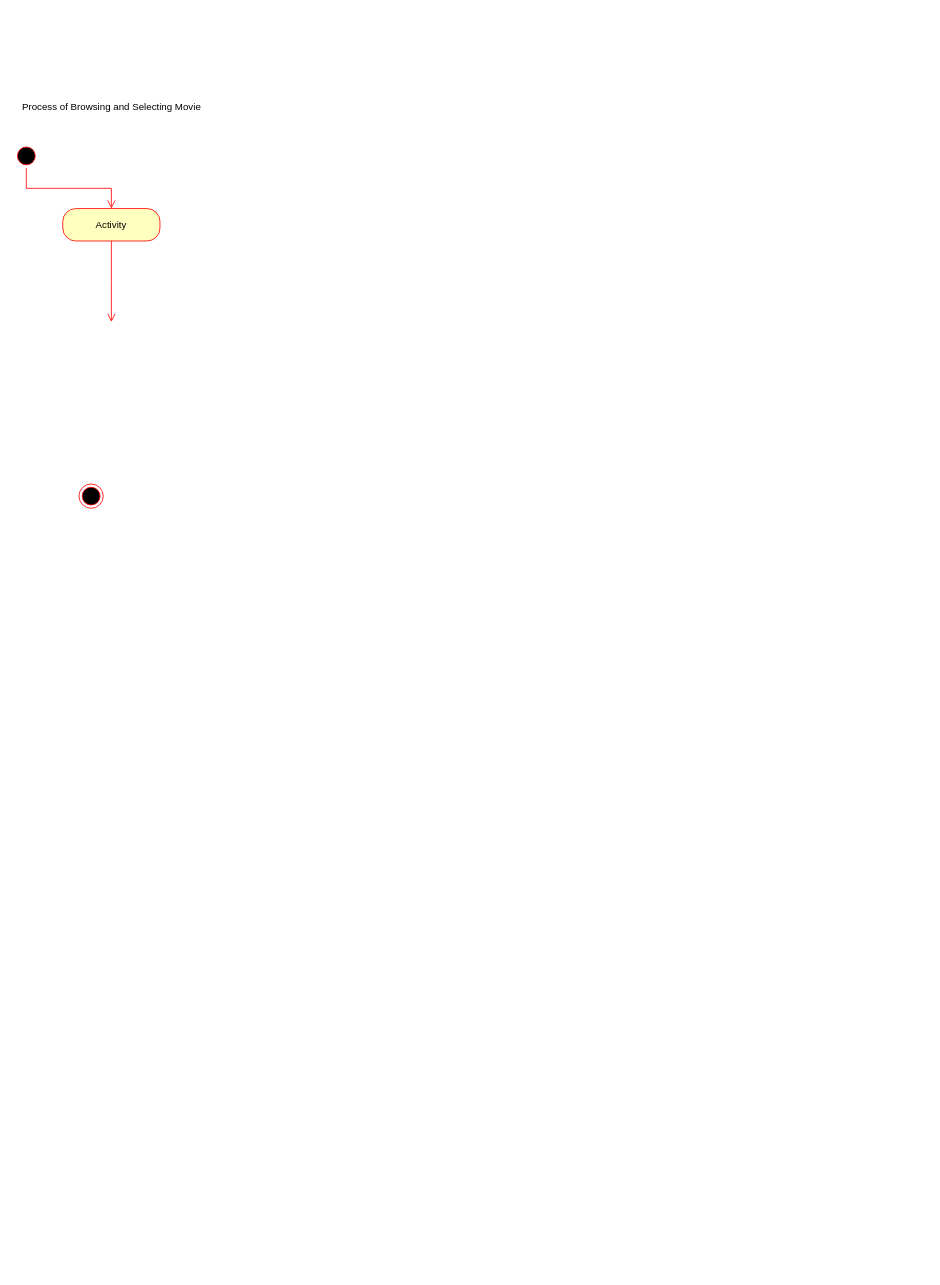
Above: page "System Activity Diagrams" (5 of 5) of ENSF 480 Final Project Diagrams.drawio in SenorYuen/ProjectGrp9 (draw.io), before the change. Source tidied: cells renumbered, new cells numbered last; positions are measured from the earlier drawing's top-left corner, leaving out a move shared by most shapes. Both pictures are drawn from the tidied source at 81%, with x=0, y=0 at pixel (14, 95).
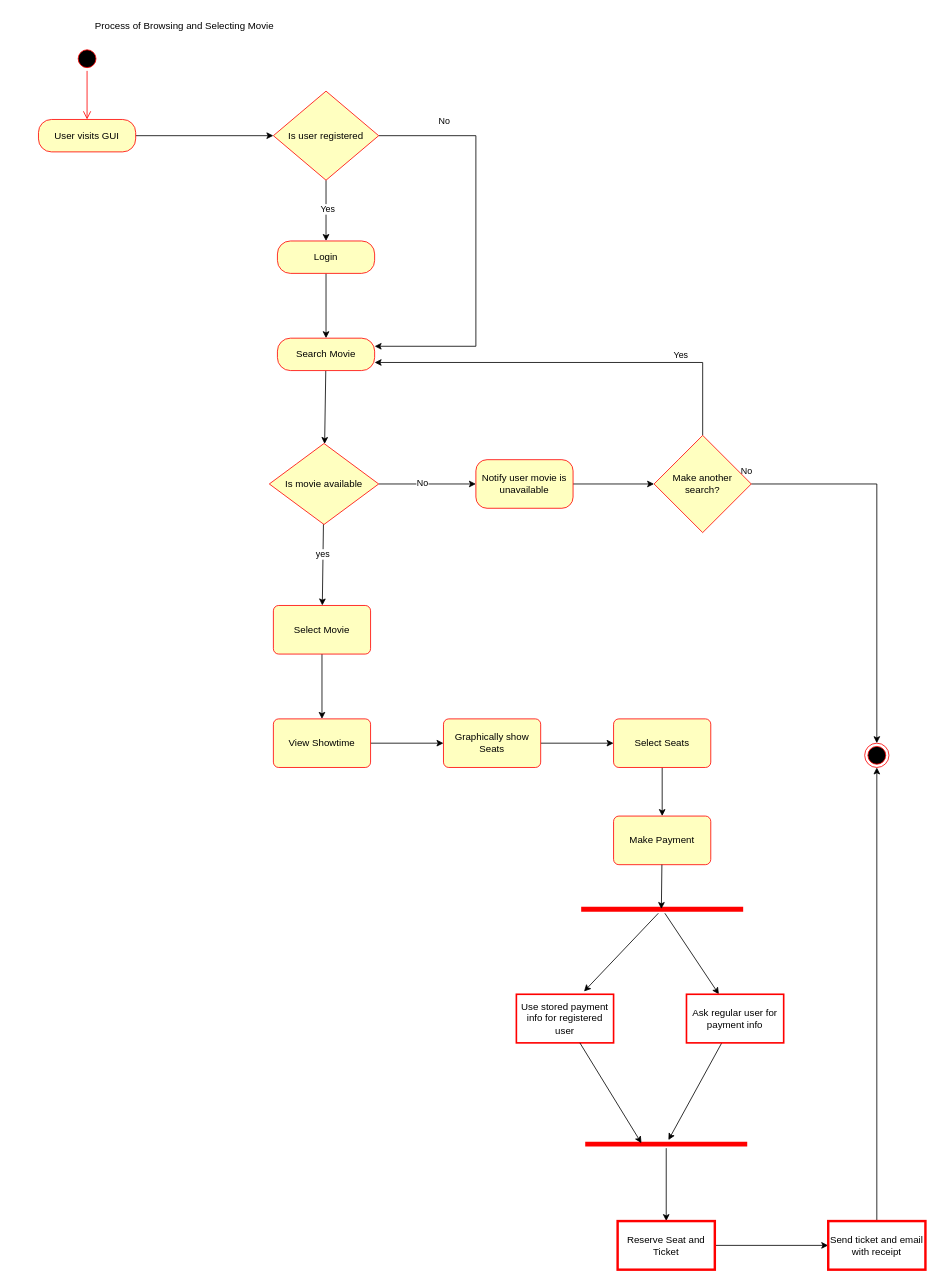
Above is the later version.

Change to the diagram source:
```diff
@@
     <mxCell id="2" value="Process of Browsing and Selecting Movie" style="text;html=1;align=center;verticalAlign=middle;strokeColor=none;fillColor=none;" parent="1" vertex="1">
-      <mxGeometry width="240" height="30" as="geometry" />
+      <mxGeometry x="90" y="-100" width="240" height="30" as="geometry" />
     </mxCell>
@@
+    <mxCell id="8" style="edgeStyle=none;rounded=0;jettySize=auto;html=1;" parent="1" edge="1" source="4" target="22">
+      <mxGeometry relative="1" as="geometry" />
+    </mxCell>
-    <mxCell id="4" value="Activity" style="rounded=1;whiteSpace=wrap;html=1;arcSize=40;fontColor=#000000;fillColor=#ffffc0;strokeColor=#ff0000;" parent="1" vertex="1">
-      <mxGeometry x="60" y="140" width="120" height="40" as="geometry" />
+    <mxCell id="4" value="User visits GUI" style="rounded=1;whiteSpace=wrap;html=1;arcSize=40;fontColor=#000000;fillColor=#ffffc0;strokeColor=#ff0000;" parent="1" vertex="1">
+      <mxGeometry x="30" y="30" width="120" height="40" as="geometry" />
     </mxCell>
-    <mxCell id="5" style="edgeStyle=orthogonalEdgeStyle;html=1;verticalAlign=bottom;endArrow=open;endSize=8;strokeColor=#ff0000;rounded=0;" parent="1" edge="1" source="4">
-      <mxGeometry relative="1" as="geometry">
-        <mxPoint x="120" y="280" as="targetPoint" />
-      </mxGeometry>
-    </mxCell>
     <mxCell id="6" style="ellipse;html=1;shape=endState;fillColor=#000000;strokeColor=#ff0000;" parent="1" vertex="1">
-      <mxGeometry x="80" y="480" width="30" height="30" as="geometry" />
+      <mxGeometry x="1050" y="800" width="30" height="30" as="geometry" />
     </mxCell>
     <mxCell id="7" style="ellipse;html=1;shape=startState;fillColor=#000000;strokeColor=#ff0000;" parent="1" vertex="1">
-      <mxGeometry y="60" width="30" height="30" as="geometry" />
+      <mxGeometry x="75" y="-60" width="30" height="30" as="geometry" />
     </mxCell>
+    <mxCell id="9" style="edgeStyle=none;rounded=0;jettySize=auto;html=1;entryX=0.5;entryY=0;entryDx=0;entryDy=0;exitX=0.5;exitY=1;exitDx=0;exitDy=0;" parent="1" edge="1" source="22" target="14">
+      <mxGeometry relative="1" as="geometry" />
+    </mxCell>
+    <mxCell id="10" value="Yes" style="edgeLabel;html=1;align=center;verticalAlign=middle;" parent="9" vertex="1">
+      <mxGeometry x="-0.08" y="1" relative="1" as="geometry" />
+    </mxCell>
+    <mxCell id="11" style="edgeStyle=none;rounded=0;jettySize=auto;html=1;exitX=1;exitY=0.5;exitDx=0;exitDy=0;entryX=1;entryY=0.25;entryDx=0;entryDy=0;" parent="1" edge="1" source="22" target="16">
+      <mxGeometry relative="1" as="geometry">
+        <Array as="points">
+          <mxPoint x="570" y="50" />
+          <mxPoint x="570" y="310" />
+        </Array>
+      </mxGeometry>
+    </mxCell>
+    <mxCell id="12" value="No" style="edgeLabel;html=1;align=center;verticalAlign=middle;" parent="11" vertex="1">
+      <mxGeometry x="-0.31" y="1" relative="1" as="geometry">
+        <mxPoint x="-41" y="-73" as="offset" />
+      </mxGeometry>
+    </mxCell>
+    <mxCell id="13" style="edgeStyle=none;rounded=0;jettySize=auto;html=1;" parent="1" edge="1" source="14" target="16">
+      <mxGeometry relative="1" as="geometry" />
+    </mxCell>
+    <mxCell id="14" value="Login" style="rounded=1;whiteSpace=wrap;html=1;arcSize=40;fontColor=#000000;fillColor=#ffffc0;strokeColor=#ff0000;" parent="1" vertex="1">
+      <mxGeometry x="325" y="180" width="120" height="40" as="geometry" />
+    </mxCell>
+    <mxCell id="15" style="edgeStyle=none;rounded=0;jettySize=auto;html=1;" parent="1" edge="1" source="16" target="21">
+      <mxGeometry relative="1" as="geometry" />
+    </mxCell>
+    <mxCell id="16" value="Search Movie" style="rounded=1;whiteSpace=wrap;html=1;arcSize=40;fontColor=#000000;fillColor=#ffffc0;strokeColor=#ff0000;" parent="1" vertex="1">
+      <mxGeometry x="325" y="300" width="120" height="40" as="geometry" />
+    </mxCell>
+    <mxCell id="17" style="edgeStyle=none;rounded=0;jettySize=auto;html=1;" parent="1" edge="1" source="21" target="24">
+      <mxGeometry relative="1" as="geometry" />
+    </mxCell>
+    <mxCell id="18" value="yes" style="edgeLabel;html=1;align=center;verticalAlign=middle;" parent="17" vertex="1">
+      <mxGeometry x="-0.27" y="-1" relative="1" as="geometry" />
+    </mxCell>
+    <mxCell id="19" style="edgeStyle=none;rounded=0;jettySize=auto;html=1;" parent="1" edge="1" source="21" target="26">
+      <mxGeometry relative="1" as="geometry" />
+    </mxCell>
+    <mxCell id="20" value="No" style="edgeLabel;html=1;align=center;verticalAlign=middle;" parent="19" vertex="1">
+      <mxGeometry x="-0.12" y="2" relative="1" as="geometry" />
+    </mxCell>
+    <mxCell id="21" value="Is movie available" style="rhombus;whiteSpace=wrap;html=1;fillColor=#ffffc0;strokeColor=#ff0000;fontColor=#000000;rounded=1;arcSize=0;" parent="1" vertex="1">
+      <mxGeometry x="315" y="430" width="135" height="100" as="geometry" />
+    </mxCell>
+    <mxCell id="22" value="Is user registered" style="rhombus;whiteSpace=wrap;html=1;fillColor=#ffffc0;strokeColor=#ff0000;fontColor=#000000;rounded=1;arcSize=0;" parent="1" vertex="1">
+      <mxGeometry x="320" y="-5" width="130" height="110" as="geometry" />
+    </mxCell>
+    <mxCell id="23" style="edgeStyle=none;rounded=0;jettySize=auto;html=1;" parent="1" edge="1" source="24" target="33">
+      <mxGeometry relative="1" as="geometry" />
+    </mxCell>
+    <mxCell id="24" value="Select Movie" style="whiteSpace=wrap;html=1;fillColor=#ffffc0;strokeColor=#ff0000;fontColor=#000000;rounded=1;arcSize=11;" parent="1" vertex="1">
+      <mxGeometry x="320" y="630" width="120" height="60" as="geometry" />
+    </mxCell>
+    <mxCell id="25" style="edgeStyle=none;rounded=0;jettySize=auto;html=1;" parent="1" edge="1" source="26" target="31">
+      <mxGeometry relative="1" as="geometry" />
+    </mxCell>
+    <mxCell id="26" value="Notify user movie is unavailable" style="whiteSpace=wrap;html=1;fillColor=#ffffc0;strokeColor=#ff0000;fontColor=#000000;rounded=1;arcSize=23;" parent="1" vertex="1">
+      <mxGeometry x="570" y="450" width="120" height="60" as="geometry" />
+    </mxCell>
+    <mxCell id="27" style="edgeStyle=none;rounded=0;jettySize=auto;html=1;entryX=1;entryY=0.75;entryDx=0;entryDy=0;" parent="1" edge="1" source="31" target="16">
+      <mxGeometry relative="1" as="geometry">
+        <Array as="points">
+          <mxPoint x="850" y="330" />
+        </Array>
+      </mxGeometry>
+    </mxCell>
+    <mxCell id="28" value="Yes" style="edgeLabel;html=1;align=center;verticalAlign=middle;" parent="27" vertex="1">
+      <mxGeometry x="0.11" y="-3" relative="1" as="geometry">
+        <mxPoint x="157" y="-7" as="offset" />
+      </mxGeometry>
+    </mxCell>
+    <mxCell id="29" style="edgeStyle=none;rounded=0;jettySize=auto;html=1;entryX=0.5;entryY=0;entryDx=0;entryDy=0;" parent="1" edge="1" source="31" target="6">
+      <mxGeometry relative="1" as="geometry">
+        <Array as="points">
+          <mxPoint x="1065" y="480" />
+        </Array>
+      </mxGeometry>
+    </mxCell>
+    <mxCell id="30" value="No" style="edgeLabel;html=1;align=center;verticalAlign=middle;" parent="29" vertex="1">
+      <mxGeometry x="-0.75" y="2" relative="1" as="geometry">
+        <mxPoint x="-66" y="-15" as="offset" />
+      </mxGeometry>
+    </mxCell>
+    <mxCell id="31" value="Make another search?" style="rhombus;whiteSpace=wrap;html=1;fillColor=#ffffc0;strokeColor=#ff0000;fontColor=#000000;rounded=1;arcSize=0;" parent="1" vertex="1">
+      <mxGeometry x="790" y="420" width="120" height="120" as="geometry" />
+    </mxCell>
+    <mxCell id="32" style="edgeStyle=none;rounded=0;jettySize=auto;html=1;entryX=0;entryY=0.5;entryDx=0;entryDy=0;" parent="1" edge="1" source="33" target="35">
+      <mxGeometry relative="1" as="geometry" />
+    </mxCell>
+    <mxCell id="33" value="View Showtime" style="whiteSpace=wrap;html=1;fillColor=#ffffc0;strokeColor=#ff0000;fontColor=#000000;rounded=1;arcSize=11;" parent="1" vertex="1">
+      <mxGeometry x="320" y="770" width="120" height="60" as="geometry" />
+    </mxCell>
+    <mxCell id="34" style="edgeStyle=none;rounded=0;jettySize=auto;html=1;exitX=1;exitY=0.5;exitDx=0;exitDy=0;" parent="1" edge="1" source="35" target="37">
+      <mxGeometry relative="1" as="geometry" />
+    </mxCell>
+    <mxCell id="35" value="Graphically show Seats" style="whiteSpace=wrap;html=1;fillColor=#ffffc0;strokeColor=#ff0000;fontColor=#000000;rounded=1;arcSize=11;" parent="1" vertex="1">
+      <mxGeometry x="530" y="770" width="120" height="60" as="geometry" />
+    </mxCell>
+    <mxCell id="36" style="edgeStyle=none;rounded=0;jettySize=auto;html=1;" parent="1" edge="1" source="37" target="38">
+      <mxGeometry relative="1" as="geometry" />
+    </mxCell>
+    <mxCell id="37" value="Select Seats" style="whiteSpace=wrap;html=1;fillColor=#ffffc0;strokeColor=#ff0000;fontColor=#000000;rounded=1;arcSize=11;" parent="1" vertex="1">
+      <mxGeometry x="740" y="770" width="120" height="60" as="geometry" />
+    </mxCell>
+    <mxCell id="38" value="Make Payment" style="whiteSpace=wrap;html=1;fillColor=#ffffc0;strokeColor=#ff0000;fontColor=#000000;rounded=1;arcSize=11;" parent="1" vertex="1">
+      <mxGeometry x="740" y="890" width="120" height="60" as="geometry" />
+    </mxCell>
+    <mxCell id="39" style="edgeStyle=none;rounded=0;jettySize=auto;html=1;" parent="1" edge="1" source="41" target="44">
+      <mxGeometry relative="1" as="geometry" />
+    </mxCell>
+    <mxCell id="40" style="edgeStyle=none;rounded=0;jettySize=auto;html=1;entryX=0.696;entryY=-0.058;entryDx=0;entryDy=0;entryPerimeter=0;" parent="1" edge="1" source="41" target="45">
+      <mxGeometry relative="1" as="geometry" />
+    </mxCell>
+    <mxCell id="41" style="shape=line;html=1;strokeWidth=6;strokeColor=#ff0000;" parent="1" vertex="1">
+      <mxGeometry x="700" y="1000" width="200" height="10" as="geometry" />
+    </mxCell>
+    <mxCell id="42" style="edgeStyle=none;rounded=0;jettySize=auto;html=1;entryX=0.495;entryY=0.473;entryDx=0;entryDy=0;entryPerimeter=0;" parent="1" edge="1" source="38" target="41">
+      <mxGeometry relative="1" as="geometry" />
+    </mxCell>
+    <mxCell id="43" style="edgeStyle=none;rounded=0;jettySize=auto;html=1;" parent="1" edge="1" source="44" target="47">
+      <mxGeometry relative="1" as="geometry" />
+    </mxCell>
+    <mxCell id="44" value="Ask regular user for payment info" style="whiteSpace=wrap;html=1;strokeColor=#ff0000;strokeWidth=2;" parent="1" vertex="1">
+      <mxGeometry x="830" y="1110" width="120" height="60" as="geometry" />
+    </mxCell>
+    <mxCell id="45" value="Use stored payment info for registered user" style="whiteSpace=wrap;html=1;strokeColor=#ff0000;strokeWidth=2;" parent="1" vertex="1">
+      <mxGeometry x="620" y="1110" width="120" height="60" as="geometry" />
+    </mxCell>
+    <mxCell id="46" style="edgeStyle=orthogonalEdgeStyle;rounded=0;jettySize=auto;html=1;" parent="1" edge="1" source="47" target="50">
+      <mxGeometry relative="1" as="geometry">
+        <Array as="points">
+          <mxPoint x="805" y="1410" />
+        </Array>
+      </mxGeometry>
+    </mxCell>
+    <mxCell id="47" style="shape=line;html=1;strokeWidth=6;strokeColor=#ff0000;" parent="1" vertex="1">
+      <mxGeometry x="705" y="1290" width="200" height="10" as="geometry" />
+    </mxCell>
+    <mxCell id="48" style="edgeStyle=none;rounded=0;jettySize=auto;html=1;entryX=0.347;entryY=0.382;entryDx=0;entryDy=0;entryPerimeter=0;" parent="1" edge="1" source="45" target="47">
+      <mxGeometry relative="1" as="geometry" />
+    </mxCell>
+    <mxCell id="49" style="edgeStyle=none;rounded=0;jettySize=auto;html=1;exitX=1;exitY=0.5;exitDx=0;exitDy=0;" parent="1" edge="1" source="50" target="52">
+      <mxGeometry relative="1" as="geometry" />
+    </mxCell>
+    <mxCell id="50" value="Reserve Seat and Ticket" style="whiteSpace=wrap;html=1;strokeColor=#ff0000;strokeWidth=3;" parent="1" vertex="1">
+      <mxGeometry x="745" y="1390" width="120" height="60" as="geometry" />
+    </mxCell>
+    <mxCell id="51" style="edgeStyle=none;rounded=0;jettySize=auto;html=1;entryX=0.5;entryY=1;entryDx=0;entryDy=0;" parent="1" edge="1" source="52" target="6">
+      <mxGeometry relative="1" as="geometry" />
+    </mxCell>
+    <mxCell id="52" value="Send ticket and email with receipt" style="whiteSpace=wrap;html=1;strokeColor=#ff0000;strokeWidth=3;" parent="1" vertex="1">
+      <mxGeometry x="1005" y="1390" width="120" height="60" as="geometry" />
+    </mxCell>
```
